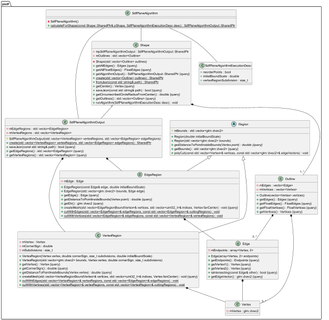
Earlier version of the PlantUML export Thesis/images/class_algorithm.png (Isti01/PolygonSDF). Its source is kept beside it as Thesis/diagrams/class_algorithm.puml.
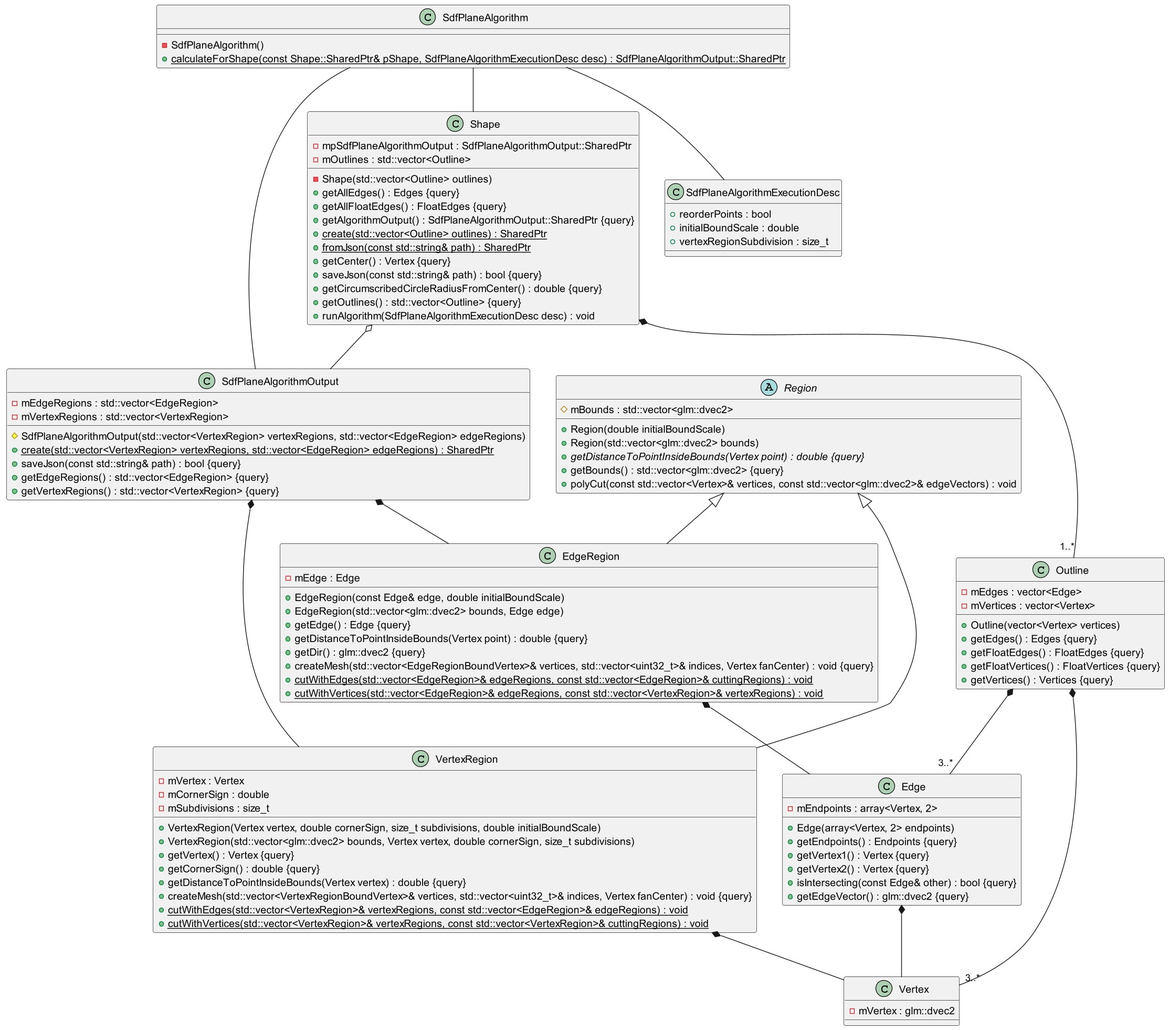
Later version of the same file.

What changed in the source:
```diff
@@ -3,120 +3,118 @@
 scale 2
 
 
-namespace psdf {
-	class Edge {
-		+Edge(array<Vertex, 2> endpoints)
-		+getEndpoints() : Endpoints {query}
-		+getVertex1() : Vertex {query}
-		+getVertex2() : Vertex {query}
-		-mEndpoints : array<Vertex, 2>
-		+isIntersecting(const Edge& other) : bool {query}
-		+getEdgeVector() : glm::dvec2 {query}
-	}
+class Edge {
+    +Edge(array<Vertex, 2> endpoints)
+    +getEndpoints() : Endpoints {query}
+    +getVertex1() : Vertex {query}
+    +getVertex2() : Vertex {query}
+    -mEndpoints : array<Vertex, 2>
+    +isIntersecting(const Edge& other) : bool {query}
+    +getEdgeVector() : glm::dvec2 {query}
+}
 
-	class EdgeRegion {
-		+EdgeRegion(const Edge& edge, double initialBoundScale)
-		+EdgeRegion(std::vector<glm::dvec2> bounds, Edge edge)
-		+getEdge() : Edge {query}
-		-mEdge : Edge
-		+getDistanceToPointInsideBounds(Vertex point) : double {query}
-		+getDir() : glm::dvec2 {query}
-		+createMesh(std::vector<EdgeRegionBoundVertex>& vertices, std::vector<uint32_t>& indices, Vertex fanCenter) : void {query}
-		+{static} cutWithEdges(std::vector<EdgeRegion>& edgeRegions, const std::vector<EdgeRegion>& cuttingRegions) : void
-		+{static} cutWithVertices(std::vector<EdgeRegion>& edgeRegions, const std::vector<VertexRegion>& vertexRegions) : void
-	}
+class EdgeRegion {
+    +EdgeRegion(const Edge& edge, double initialBoundScale)
+    +EdgeRegion(std::vector<glm::dvec2> bounds, Edge edge)
+    +getEdge() : Edge {query}
+    -mEdge : Edge
+    +getDistanceToPointInsideBounds(Vertex point) : double {query}
+    +getDir() : glm::dvec2 {query}
+    +createMesh(std::vector<EdgeRegionBoundVertex>& vertices, std::vector<uint32_t>& indices, Vertex fanCenter) : void {query}
+    +{static} cutWithEdges(std::vector<EdgeRegion>& edgeRegions, const std::vector<EdgeRegion>& cuttingRegions) : void
+    +{static} cutWithVertices(std::vector<EdgeRegion>& edgeRegions, const std::vector<VertexRegion>& vertexRegions) : void
+}
 
-	class Outline {
-		+Outline(vector<Vertex> vertices)
-		+getEdges() : Edges {query}
-		+getFloatEdges() : FloatEdges {query}
-		+getFloatVertices() : FloatVertices {query}
-		+getVertices() : Vertices {query}
-		-mEdges : vector<Edge>
-		-mVertices : vector<Vertex>
-	}
+class Outline {
+    +Outline(vector<Vertex> vertices)
+    +getEdges() : Edges {query}
+    +getFloatEdges() : FloatEdges {query}
+    +getFloatVertices() : FloatVertices {query}
+    +getVertices() : Vertices {query}
+    -mEdges : vector<Edge>
+    -mVertices : vector<Vertex>
+}
 
-	abstract class Region {
-		+Region(double initialBoundScale)
-		+Region(std::vector<glm::dvec2> bounds)
-		+{abstract} getDistanceToPointInsideBounds(Vertex point) : double {query}
-		+getBounds() : std::vector<glm::dvec2> {query}
-		#mBounds : std::vector<glm::dvec2>
-		+polyCut(const std::vector<Vertex>& vertices, const std::vector<glm::dvec2>& edgeVectors) : void
-	}
+abstract class Region {
+    +Region(double initialBoundScale)
+    +Region(std::vector<glm::dvec2> bounds)
+    +{abstract} getDistanceToPointInsideBounds(Vertex point) : double {query}
+    +getBounds() : std::vector<glm::dvec2> {query}
+    #mBounds : std::vector<glm::dvec2>
+    +polyCut(const std::vector<Vertex>& vertices, const std::vector<glm::dvec2>& edgeVectors) : void
+}
 
-	class SdfPlaneAlgorithm {
-		-SdfPlaneAlgorithm()
-		+{static} calculateForShape(const Shape::SharedPtr& pShape, SdfPlaneAlgorithmExecutionDesc desc) : SdfPlaneAlgorithmOutput::SharedPtr
-	}
+class SdfPlaneAlgorithm {
+    -SdfPlaneAlgorithm()
+    +{static} calculateForShape(const Shape::SharedPtr& pShape, SdfPlaneAlgorithmExecutionDesc desc) : SdfPlaneAlgorithmOutput::SharedPtr
+}
 
-	class SdfPlaneAlgorithmOutput {
-		#SdfPlaneAlgorithmOutput(std::vector<VertexRegion> vertexRegions, std::vector<EdgeRegion> edgeRegions)
-		+{static} create(std::vector<VertexRegion> vertexRegions, std::vector<EdgeRegion> edgeRegions) : SharedPtr
-		+saveJson(const std::string& path) : bool {query}
-		+getEdgeRegions() : std::vector<EdgeRegion> {query}
-		-mEdgeRegions : std::vector<EdgeRegion>
-		+getVertexRegions() : std::vector<VertexRegion> {query}
-		-mVertexRegions : std::vector<VertexRegion>
-	}
+class SdfPlaneAlgorithmOutput {
+    #SdfPlaneAlgorithmOutput(std::vector<VertexRegion> vertexRegions, std::vector<EdgeRegion> edgeRegions)
+    +{static} create(std::vector<VertexRegion> vertexRegions, std::vector<EdgeRegion> edgeRegions) : SharedPtr
+    +saveJson(const std::string& path) : bool {query}
+    +getEdgeRegions() : std::vector<EdgeRegion> {query}
+    -mEdgeRegions : std::vector<EdgeRegion>
+    +getVertexRegions() : std::vector<VertexRegion> {query}
+    -mVertexRegions : std::vector<VertexRegion>
+}
 
-	class Shape {
-		-Shape(std::vector<Outline> outlines)
-		+getAllEdges() : Edges {query}
-		+getAllFloatEdges() : FloatEdges {query}
-		+getAlgorithmOutput() : SdfPlaneAlgorithmOutput::SharedPtr {query}
-		-mpSdfPlaneAlgorithmOutput : SdfPlaneAlgorithmOutput::SharedPtr
-		+{static} create(std::vector<Outline> outlines) : SharedPtr
-		+{static} fromJson(const std::string& path) : SharedPtr
-		+getCenter() : Vertex {query}
-		+saveJson(const std::string& path) : bool {query}
-		+getCircumscribedCircleRadiusFromCenter() : double {query}
-		+getOutlines() : std::vector<Outline> {query}
-		-mOutlines : std::vector<Outline>
-		+runAlgorithm(SdfPlaneAlgorithmExecutionDesc desc) : void
-	}
+class Shape {
+    -Shape(std::vector<Outline> outlines)
+    +getAllEdges() : Edges {query}
+    +getAllFloatEdges() : FloatEdges {query}
+    +getAlgorithmOutput() : SdfPlaneAlgorithmOutput::SharedPtr {query}
+    -mpSdfPlaneAlgorithmOutput : SdfPlaneAlgorithmOutput::SharedPtr
+    +{static} create(std::vector<Outline> outlines) : SharedPtr
+    +{static} fromJson(const std::string& path) : SharedPtr
+    +getCenter() : Vertex {query}
+    +saveJson(const std::string& path) : bool {query}
+    +getCircumscribedCircleRadiusFromCenter() : double {query}
+    +getOutlines() : std::vector<Outline> {query}
+    -mOutlines : std::vector<Outline>
+    +runAlgorithm(SdfPlaneAlgorithmExecutionDesc desc) : void
+}
 
-	class Vertex {
-		-mVertex : glm::dvec2
-	}
+class Vertex {
+    -mVertex : glm::dvec2
+}
 
-	class VertexRegion {
-		+VertexRegion(Vertex vertex, double cornerSign, size_t subdivisions, double initialBoundScale)
-		+VertexRegion(std::vector<glm::dvec2> bounds, Vertex vertex, double cornerSign, size_t subdivisions)
-		+getVertex() : Vertex {query}
-		-mVertex : Vertex
-		+getCornerSign() : double {query}
-		+getDistanceToPointInsideBounds(Vertex vertex) : double {query}
-		-mCornerSign : double
-		-mSubdivisions : size_t
-		+createMesh(std::vector<VertexRegionBoundVertex>& vertices, std::vector<uint32_t>& indices, Vertex fanCenter) : void {query}
-		+{static} cutWithEdges(std::vector<VertexRegion>& vertexRegions, const std::vector<EdgeRegion>& edgeRegions) : void
-		+{static} cutWithVertices(std::vector<VertexRegion>& vertexRegions, const std::vector<VertexRegion>& cuttingRegions) : void
-	}
-	class SdfPlaneAlgorithmExecutionDesc {
-		+reorderPoints : bool
-		+initialBoundScale : double
-		+vertexRegionSubdivision : size_t
-	}
+class VertexRegion {
+    +VertexRegion(Vertex vertex, double cornerSign, size_t subdivisions, double initialBoundScale)
+    +VertexRegion(std::vector<glm::dvec2> bounds, Vertex vertex, double cornerSign, size_t subdivisions)
+    +getVertex() : Vertex {query}
+    -mVertex : Vertex
+    +getCornerSign() : double {query}
+    +getDistanceToPointInsideBounds(Vertex vertex) : double {query}
+    -mCornerSign : double
+    -mSubdivisions : size_t
+    +createMesh(std::vector<VertexRegionBoundVertex>& vertices, std::vector<uint32_t>& indices, Vertex fanCenter) : void {query}
+    +{static} cutWithEdges(std::vector<VertexRegion>& vertexRegions, const std::vector<EdgeRegion>& edgeRegions) : void
+    +{static} cutWithVertices(std::vector<VertexRegion>& vertexRegions, const std::vector<VertexRegion>& cuttingRegions) : void
+}
+class SdfPlaneAlgorithmExecutionDesc {
+    +reorderPoints : bool
+    +initialBoundScale : double
+    +vertexRegionSubdivision : size_t
 }
 
 
-psdf.Region <|-- psdf.EdgeRegion
-psdf.Region <|-- psdf.VertexRegion
+Region <|-- EdgeRegion
+Region <|-- VertexRegion
 
-psdf.Edge *-- psdf.Vertex
-psdf.EdgeRegion *-- psdf.Edge
-psdf.Outline *-- "3..*" psdf.Edge
-psdf.Outline *-- "3..*" psdf.Vertex
-psdf.SdfPlaneAlgorithmOutput *-- psdf.EdgeRegion
-psdf.SdfPlaneAlgorithmOutput *--- psdf.VertexRegion
-psdf.Shape *-- "1..*" psdf.Outline
-psdf.Shape o-- psdf.SdfPlaneAlgorithmOutput
-psdf.VertexRegion *-- psdf.Vertex
+Edge *-- Vertex
+EdgeRegion *-- Edge
+Outline *-- "3..*" Edge
+Outline *-- "3..*" Vertex
+SdfPlaneAlgorithmOutput *-- EdgeRegion
+SdfPlaneAlgorithmOutput *--- VertexRegion
+Shape *-- "1..*" Outline
+Shape o-- SdfPlaneAlgorithmOutput
+VertexRegion *-- Vertex
 
-psdf.SdfPlaneAlgorithm -- psdf.Shape
-psdf.SdfPlaneAlgorithm -- psdf.SdfPlaneAlgorithmOutput
-psdf.SdfPlaneAlgorithm -- psdf.SdfPlaneAlgorithmExecutionDesc
+SdfPlaneAlgorithm -- Shape
+SdfPlaneAlgorithm -- SdfPlaneAlgorithmOutput
+SdfPlaneAlgorithm -- SdfPlaneAlgorithmExecutionDesc
 
 
 @enduml
```
